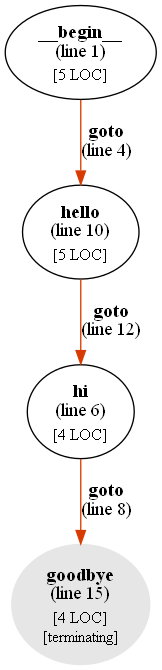
The Graphviz diagram examples/hello.png in microsoft/cmd-call-graph, before a commit. Its source is kept beside it as examples/hello.dot. Source of this version:
```dot
digraph g {
"__begin__" [label=<<b>__begin__</b><br/>(line 1)<br/><sub>[5 LOC]</sub>>]
"__begin__" -> "hello" [label=<<b>goto</b><br />(line 4)>,color="#d83b01"]
"goodbye" [color="#e6e6e6",style=filled,label=<<b>goodbye</b><br/>(line 15)<br/><sub>[4 LOC]</sub><br/><sub>[terminating]</sub>>]
"hello" [label=<<b>hello</b><br/>(line 10)<br/><sub>[5 LOC]</sub>>]
"hello" -> "hi" [label=<<b>goto</b><br />(line 12)>,color="#d83b01"]
"hi" [label=<<b>hi</b><br/>(line 6)<br/><sub>[4 LOC]</sub>>]
"hi" -> "goodbye" [label=<<b>goto</b><br />(line 8)>,color="#d83b01"]
}
```
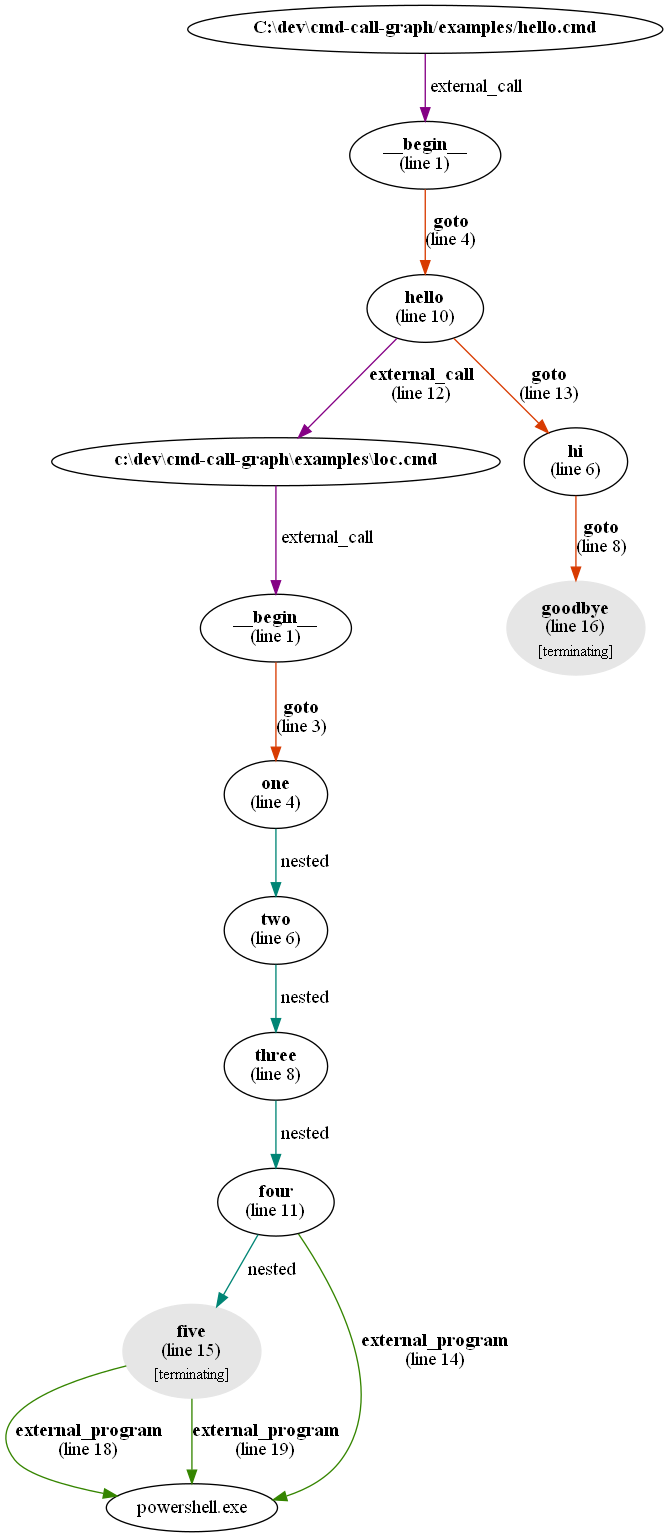
Above is the later version.

The edit, as a diff of the source:
```diff
@@ -1,9 +1,28 @@
 digraph g {
-"__begin__" [label=<<b>__begin__</b><br/>(line 1)<br/><sub>[5 LOC]</sub>>]
-"__begin__" -> "hello" [label=<<b>goto</b><br />(line 4)>,color="#d83b01"]
-"goodbye" [color="#e6e6e6",style=filled,label=<<b>goodbye</b><br/>(line 15)<br/><sub>[4 LOC]</sub><br/><sub>[terminating]</sub>>]
-"hello" [label=<<b>hello</b><br/>(line 10)<br/><sub>[5 LOC]</sub>>]
-"hello" -> "hi" [label=<<b>goto</b><br />(line 12)>,color="#d83b01"]
-"hi" [label=<<b>hi</b><br/>(line 6)<br/><sub>[4 LOC]</sub>>]
+"C:\dev\cmd-call-graph/examples/hello.cmd" [label=<<b>C:\dev\cmd-call-graph/examples/hello.cmd</b>>]
+"C:\dev\cmd-call-graph/examples/hello.cmd" -> "__begin__C:\dev\cmd-call-graph/examples/hello.cmd" [label=" external_call",color="#850085"]
+"__begin__C:\dev\cmd-call-graph/examples/hello.cmd" [label=<<b>__begin__</b><br/>(line 1)>]
+"__begin__C:\dev\cmd-call-graph/examples/hello.cmd" -> "hello" [label=<<b>goto</b><br />(line 4)>,color="#d83b01"]
+"goodbye" [color="#e6e6e6",style=filled,label=<<b>goodbye</b><br/>(line 16)<br/><sub>[terminating]</sub>>]
+"hello" [label=<<b>hello</b><br/>(line 10)>]
+"hello" -> "c:\dev\cmd-call-graph\examples\loc.cmd" [label=<<b>external_call</b><br />(line 12)>,color="#850085"]
+"hello" -> "hi" [label=<<b>goto</b><br />(line 13)>,color="#d83b01"]
+"hi" [label=<<b>hi</b><br/>(line 6)>]
 "hi" -> "goodbye" [label=<<b>goto</b><br />(line 8)>,color="#d83b01"]
+"__begin__c:\dev\cmd-call-graph\examples\loc.cmd" [label=<<b>__begin__</b><br/>(line 1)>]
+"__begin__c:\dev\cmd-call-graph\examples\loc.cmd" -> "one" [label=<<b>goto</b><br />(line 3)>,color="#d83b01"]
+"c:\dev\cmd-call-graph\examples\loc.cmd" [label=<<b>c:\dev\cmd-call-graph\examples\loc.cmd</b>>]
+"c:\dev\cmd-call-graph\examples\loc.cmd" -> "__begin__c:\dev\cmd-call-graph\examples\loc.cmd" [label=" external_call",color="#850085"]
+"five" [color="#e6e6e6",style=filled,label=<<b>five</b><br/>(line 15)<br/><sub>[terminating]</sub>>]
+"five" -> "powershell.exe" [label=<<b>external_program</b><br />(line 18)>,color="#358500"]
+"five" -> "powershell.exe" [label=<<b>external_program</b><br />(line 19)>,color="#358500"]
+"four" [label=<<b>four</b><br/>(line 11)>]
+"four" -> "five" [label=" nested",color="#008575"]
+"four" -> "powershell.exe" [label=<<b>external_program</b><br />(line 14)>,color="#358500"]
+"one" [label=<<b>one</b><br/>(line 4)>]
+"one" -> "two" [label=" nested",color="#008575"]
+"three" [label=<<b>three</b><br/>(line 8)>]
+"three" -> "four" [label=" nested",color="#008575"]
+"two" [label=<<b>two</b><br/>(line 6)>]
+"two" -> "three" [label=" nested",color="#008575"]
 }
```
